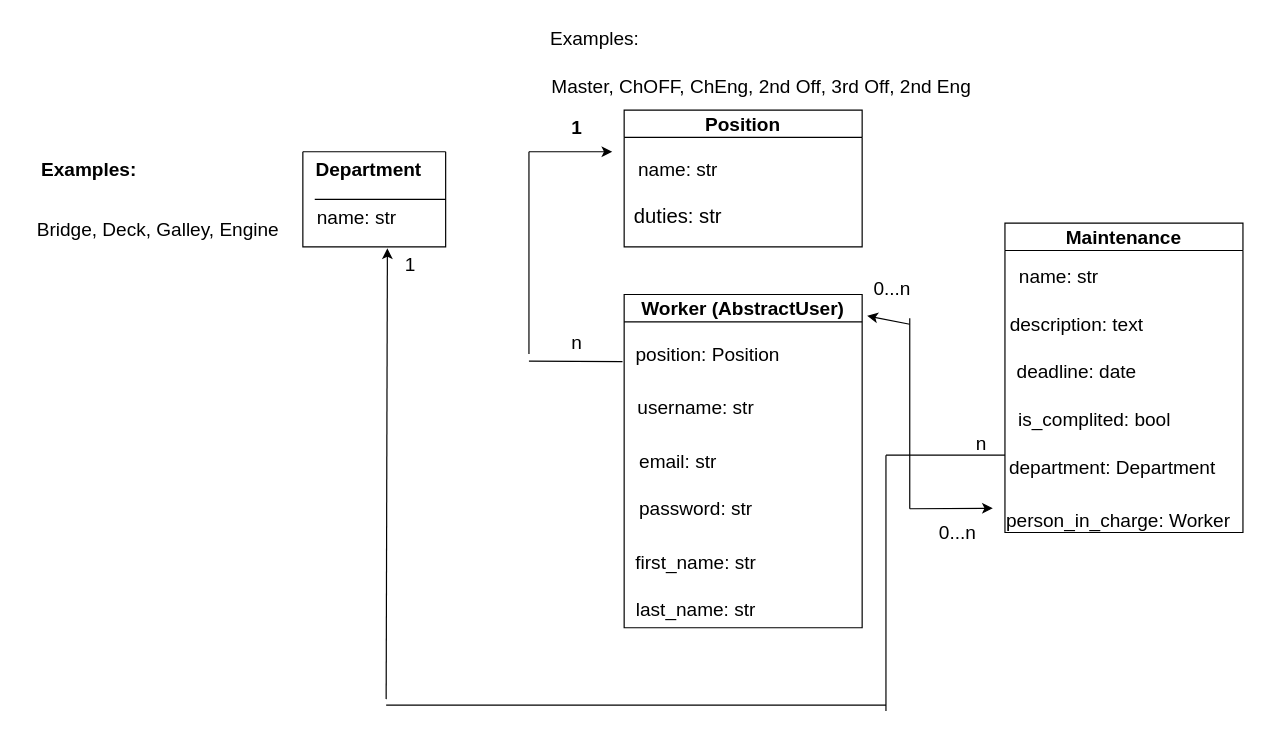
Earlier version of the draw.io diagram maintenance/models.drawio (romanshupak/maintenance-manager). Source tidied: cells renumbered, new cells numbered last; positions are measured from the earlier drawing's top-left corner, leaving out a move shared by most shapes. Both pictures are drawn from the tidied source at 119%, with x=0, y=0 at pixel (20, 20).
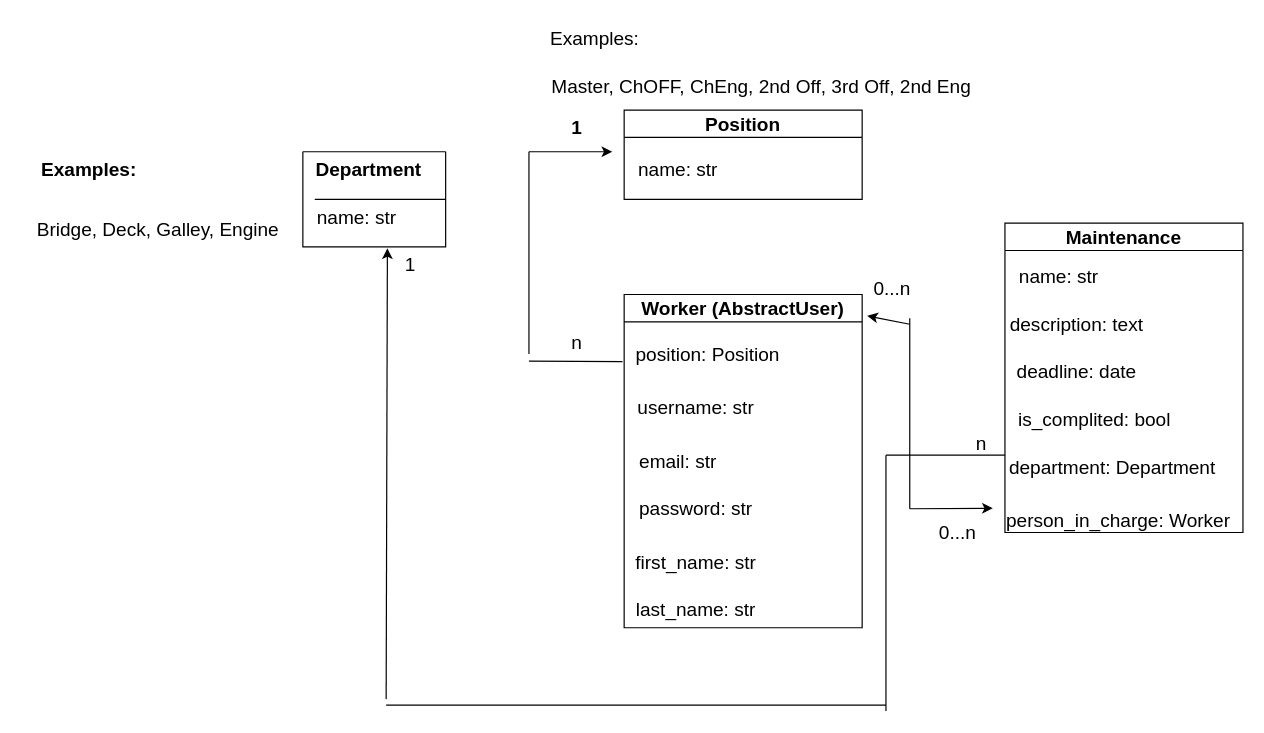
After the change.

Commit message (it also covers changes not shown here):
remove field duties from Position model and from models.drawio, create requirements.txt

Change to the diagram source:
```diff
@@
     <mxCell id="8" value="Position" style="swimlane;whiteSpace=wrap;html=1;fontSize=16;" parent="1" vertex="1">
-      <mxGeometry x="507" y="75" width="200" height="115" as="geometry" />
+      <mxGeometry x="507" y="75" width="200" height="75" as="geometry" />
     </mxCell>
@@
-    <mxCell id="10" value="&lt;font style=&quot;font-size: 17px;&quot;&gt;duties: str&lt;/font&gt;" style="text;html=1;align=center;verticalAlign=middle;strokeColor=none;fillColor=none;" parent="8" vertex="1">
-      <mxGeometry x="-5" y="75" width="100" height="30" as="geometry" />
-    </mxCell>
```
